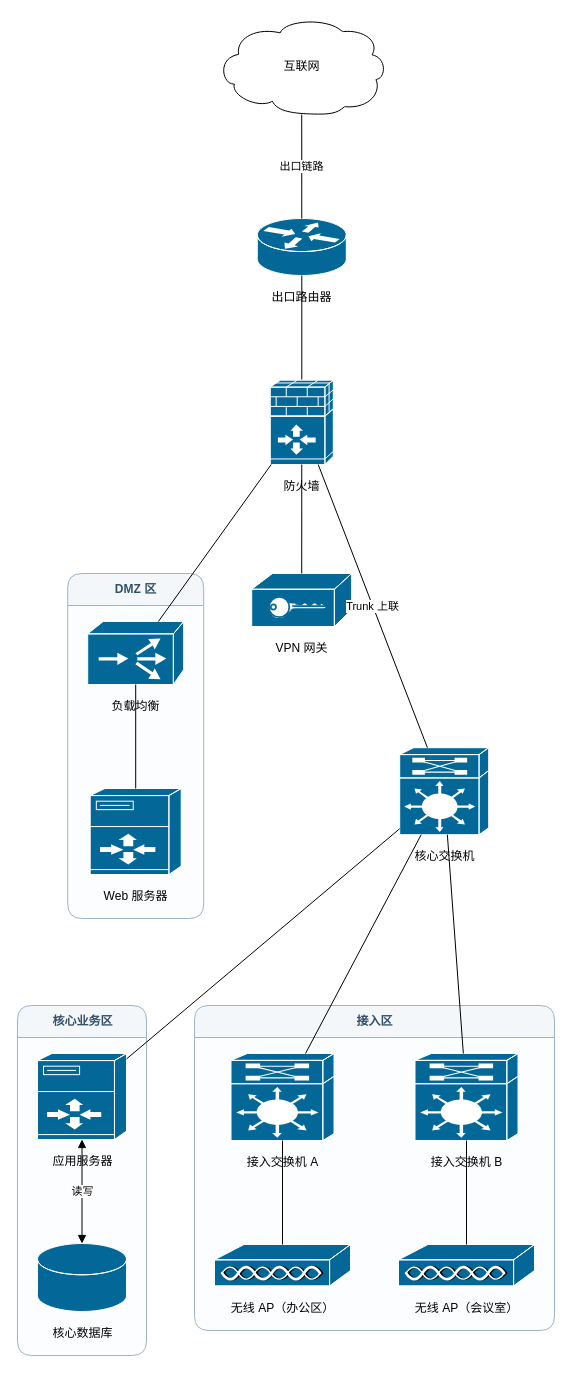
Before: out/enterprise_network.drawio in ttonghao-thao/Ai-Diagram, a draw.io diagram. Source tidied: cells renumbered, new cells numbered last; positions are measured from the earlier drawing's top-left corner, leaving out a move shared by most shapes. Both pictures are drawn from the tidied source at 100%, with x=0, y=0 at pixel (17, 17).
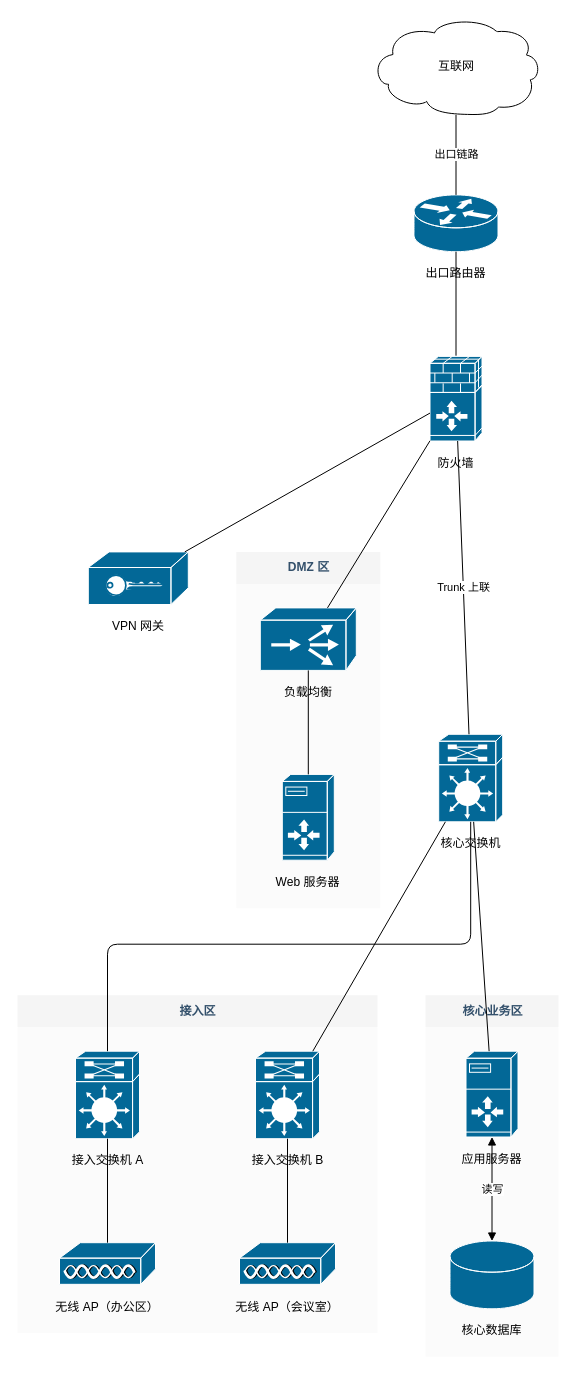
The same page after the edit.

Change to the diagram source:
```diff
@@
-    <mxCell id="2" value="DMZ 区" style="swimlane;html=1;startSize=32;horizontal=1;rounded=1;fillColor=#F4F7FA;strokeColor=#9DB4C8;fontColor=#33506B;swimlaneFillColor=#FBFDFE;" parent="1" vertex="1">
-      <mxGeometry x="50.2" y="556" width="136" height="345" as="geometry" />
+    <mxCell id="2" value="DMZ 区" style="swimlane;html=1;startSize=32;horizontal=1;rounded=1;fillColor=#F4F7FA;strokeColor=#9DB4C8;fontColor=#33506B;swimlaneFillColor=#FBFDFE;rounded=0;fillColor=#F5F5F5;strokeColor=none;swimlaneFillColor=#FBFBFB;" parent="1" vertex="1">
+      <mxGeometry x="218.8" y="534.4" width="144" height="356.3" as="geometry" />
     </mxCell>
-    <mxCell id="3" value="核心业务区" style="swimlane;html=1;startSize=32;horizontal=1;rounded=1;fillColor=#F4F7FA;strokeColor=#9DB4C8;fontColor=#33506B;swimlaneFillColor=#FBFDFE;" parent="1" vertex="1">
-      <mxGeometry y="988" width="129" height="350" as="geometry" />
+    <mxCell id="3" value="核心业务区" style="swimlane;html=1;startSize=32;horizontal=1;rounded=1;fillColor=#F4F7FA;strokeColor=#9DB4C8;fontColor=#33506B;swimlaneFillColor=#FBFDFE;rounded=0;fillColor=#F5F5F5;strokeColor=none;swimlaneFillColor=#FBFBFB;" parent="1" vertex="1">
+      <mxGeometry x="408" y="977.7" width="133" height="361.5" as="geometry" />
     </mxCell>
-    <mxCell id="4" value="接入区" style="swimlane;html=1;startSize=32;horizontal=1;rounded=1;fillColor=#F4F7FA;strokeColor=#9DB4C8;fontColor=#33506B;swimlaneFillColor=#FBFDFE;" parent="1" vertex="1">
-      <mxGeometry x="177" y="988" width="360" height="325" as="geometry" />
+    <mxCell id="4" value="接入区" style="swimlane;html=1;startSize=32;horizontal=1;rounded=1;fillColor=#F4F7FA;strokeColor=#9DB4C8;fontColor=#33506B;swimlaneFillColor=#FBFDFE;rounded=0;fillColor=#F5F5F5;strokeColor=none;swimlaneFillColor=#FBFBFB;" parent="1" vertex="1">
+      <mxGeometry y="977.7" width="360" height="337.8" as="geometry" />
     </mxCell>
-    <mxCell id="5" value="互联网" style="sketch=0;outlineConnect=0;html=1;fillColor=#FFFFFF;strokeColor=#000000;shape=mxgraph.cisco.storage.cloud;verticalAlign=middle;align=center;fontColor=#000000;aiKind=cloud;" parent="1" vertex="1">
-      <mxGeometry x="199.2" width="170" height="97" as="geometry" />
+    <mxCell id="5" value="互联网" style="sketch=0;outlineConnect=0;html=1;fillColor=#FFFFFF;strokeColor=#000000;shape=mxgraph.cisco.storage.cloud;verticalAlign=middle;align=center;fontColor=#000000;fontSize=12;fontColor=#000000;whiteSpace=wrap;aiKind=cloud;aiShapeId=cisco.storage.cloud;" parent="1" vertex="1">
+      <mxGeometry x="353.5" width="170" height="97.4" as="geometry" />
     </mxCell>
-    <mxCell id="6" value="出口路由器" style="sketch=0;outlineConnect=0;html=1;fillColor=#036897;strokeColor=#FFFFFF;shape=mxgraph.cisco.routers.router;verticalLabelPosition=bottom;verticalAlign=top;align=center;spacingTop=8;aiKind=router;" parent="1" vertex="1">
-      <mxGeometry x="239.8" y="201" width="89" height="57" as="geometry" />
+    <mxCell id="6" value="出口路由器" style="sketch=0;outlineConnect=0;html=1;fillColor=#036897;strokeColor=#FFFFFF;shape=mxgraph.cisco.routers.router;verticalLabelPosition=bottom;verticalAlign=top;align=center;spacingTop=8;fontSize=12;fontColor=#000000;whiteSpace=wrap;labelWidth=85;verticalLabelPosition=bottom;verticalAlign=top;align=center;aiKind=router;aiNetworkRole=edge_router;aiShapeId=cisco.routers.router;" parent="1" vertex="1">
+      <mxGeometry x="396.5" y="177.4" width="84" height="56.8" as="geometry" />
     </mxCell>
-    <mxCell id="7" value="防火墙" style="sketch=0;outlineConnect=0;html=1;fillColor=#036897;strokeColor=#FFFFFF;shape=mxgraph.cisco.security.ios_firewall;verticalLabelPosition=bottom;verticalAlign=top;align=center;spacingTop=8;aiKind=firewall;" parent="1" vertex="1">
-      <mxGeometry x="252.8" y="362" width="63" height="85" as="geometry" />
+    <mxCell id="7" value="防火墙" style="sketch=0;outlineConnect=0;html=1;fillColor=#036897;strokeColor=#FFFFFF;shape=mxgraph.cisco.security.ios_firewall;verticalLabelPosition=bottom;verticalAlign=top;align=center;spacingTop=8;fontSize=12;fontColor=#000000;whiteSpace=wrap;labelWidth=59;verticalLabelPosition=bottom;verticalAlign=top;align=center;aiKind=firewall;aiShapeId=cisco.security.ios_firewall;" parent="1" vertex="1">
+      <mxGeometry x="412.5" y="338.2" width="52" height="85.3" as="geometry" />
     </mxCell>
-    <mxCell id="8" value="VPN 网关" style="sketch=0;outlineConnect=0;html=1;fillColor=#036897;strokeColor=#FFFFFF;shape=mxgraph.cisco.hubs_and_gateways.vpn_gateway;verticalLabelPosition=bottom;verticalAlign=top;align=center;spacingTop=8;aiKind=generic;aiDeviceType=vpn_gateway;" parent="1" vertex="1">
-      <mxGeometry x="234.2" y="556" width="100" height="53" as="geometry" />
+    <mxCell id="8" value="VPN 网关" style="sketch=0;outlineConnect=0;html=1;fillColor=#036897;strokeColor=#FFFFFF;shape=mxgraph.cisco.hubs_and_gateways.vpn_gateway;verticalLabelPosition=bottom;verticalAlign=top;align=center;spacingTop=8;fontSize=12;fontColor=#000000;whiteSpace=wrap;labelWidth=100;verticalLabelPosition=bottom;verticalAlign=top;align=center;aiKind=generic;aiDeviceType=vpn_gateway;aiShapeId=cisco.hubs_and_gateways.vpn_gateway;" parent="1" vertex="1">
+      <mxGeometry x="70.8" y="534.4" width="100" height="52.6" as="geometry" />
     </mxCell>
-    <mxCell id="9" value="负载均衡" style="sketch=0;outlineConnect=0;html=1;fillColor=#036897;strokeColor=#FFFFFF;shape=mxgraph.cisco.directors.localdirector;verticalLabelPosition=bottom;verticalAlign=top;align=center;spacingTop=8;aiKind=generic;aiDeviceType=load_balancer;" parent="2" vertex="1">
-      <mxGeometry x="20" y="48" width="96" height="63" as="geometry" />
+    <mxCell id="9" value="负载均衡" style="sketch=0;outlineConnect=0;html=1;fillColor=#036897;strokeColor=#FFFFFF;shape=mxgraph.cisco.directors.localdirector;verticalLabelPosition=bottom;verticalAlign=top;align=center;spacingTop=8;fontSize=12;fontColor=#000000;whiteSpace=wrap;labelWidth=96;verticalLabelPosition=bottom;verticalAlign=top;align=center;aiKind=generic;aiDeviceType=load_balancer;aiShapeId=cisco.directors.localdirector;" parent="2" vertex="1">
+      <mxGeometry x="24" y="56" width="96" height="62.5" as="geometry" />
     </mxCell>
-    <mxCell id="10" value="Web 服务器" style="sketch=0;outlineConnect=0;html=1;fillColor=#036897;strokeColor=#FFFFFF;shape=mxgraph.cisco.servers.server_with_router;verticalLabelPosition=bottom;verticalAlign=top;align=center;spacingTop=8;aiKind=server;" parent="2" vertex="1">
-      <mxGeometry x="22.5" y="215" width="91" height="86" as="geometry" />
+    <mxCell id="10" value="Web 服务器" style="sketch=0;outlineConnect=0;html=1;fillColor=#036897;strokeColor=#FFFFFF;shape=mxgraph.cisco.servers.server_with_router;verticalLabelPosition=bottom;verticalAlign=top;align=center;spacingTop=8;fontSize=12;fontColor=#000000;whiteSpace=wrap;labelWidth=87;verticalLabelPosition=bottom;verticalAlign=top;align=center;aiKind=server;aiNetworkRole=endpoint;aiShapeId=cisco.servers.server_with_router;" parent="2" vertex="1">
+      <mxGeometry x="46" y="222.5" width="52" height="85.8" as="geometry" />
     </mxCell>
-    <mxCell id="11" value="核心交换机" style="sketch=0;outlineConnect=0;html=1;fillColor=#036897;strokeColor=#FFFFFF;shape=mxgraph.cisco.misc.route_switch_processor;verticalLabelPosition=bottom;verticalAlign=top;align=center;spacingTop=8;aiKind=switch;" parent="1" vertex="1">
-      <mxGeometry x="382.2" y="730.2" width="89" height="87" as="geometry" />
+    <mxCell id="11" value="核心交换机" style="sketch=0;outlineConnect=0;html=1;fillColor=#036897;strokeColor=#FFFFFF;shape=mxgraph.cisco.misc.route_switch_processor;verticalLabelPosition=bottom;verticalAlign=top;align=center;spacingTop=8;fontSize=12;fontColor=#000000;whiteSpace=wrap;labelWidth=85;verticalLabelPosition=bottom;verticalAlign=top;align=center;aiKind=switch;aiNetworkRole=core;aiShapeId=cisco.misc.route_switch_processor;" parent="1" vertex="1">
+      <mxGeometry x="421.2" y="716.8" width="64" height="87.5" as="geometry" />
     </mxCell>
-    <mxCell id="12" value="接入交换机 A" style="sketch=0;outlineConnect=0;html=1;fillColor=#036897;strokeColor=#FFFFFF;shape=mxgraph.cisco.misc.route_switch_processor;verticalLabelPosition=bottom;verticalAlign=top;align=center;spacingTop=8;aiKind=switch;" parent="4" vertex="1">
-      <mxGeometry x="36.5" y="48" width="103" height="87" as="geometry" />
+    <mxCell id="12" value="接入交换机 A" style="sketch=0;outlineConnect=0;html=1;fillColor=#036897;strokeColor=#FFFFFF;shape=mxgraph.cisco.misc.route_switch_processor;verticalLabelPosition=bottom;verticalAlign=top;align=center;spacingTop=8;fontSize=12;fontColor=#000000;whiteSpace=wrap;labelWidth=99;verticalLabelPosition=bottom;verticalAlign=top;align=center;aiKind=switch;aiShapeId=cisco.misc.route_switch_processor;" parent="4" vertex="1">
+      <mxGeometry x="58" y="56" width="64" height="87.5" as="geometry" />
     </mxCell>
-    <mxCell id="13" value="接入交换机 B" style="sketch=0;outlineConnect=0;html=1;fillColor=#036897;strokeColor=#FFFFFF;shape=mxgraph.cisco.misc.route_switch_processor;verticalLabelPosition=bottom;verticalAlign=top;align=center;spacingTop=8;aiKind=switch;" parent="4" vertex="1">
-      <mxGeometry x="220.5" y="48" width="103" height="87" as="geometry" />
+    <mxCell id="13" value="接入交换机 B" style="sketch=0;outlineConnect=0;html=1;fillColor=#036897;strokeColor=#FFFFFF;shape=mxgraph.cisco.misc.route_switch_processor;verticalLabelPosition=bottom;verticalAlign=top;align=center;spacingTop=8;fontSize=12;fontColor=#000000;whiteSpace=wrap;labelWidth=99;verticalLabelPosition=bottom;verticalAlign=top;align=center;aiKind=switch;aiShapeId=cisco.misc.route_switch_processor;" parent="4" vertex="1">
+      <mxGeometry x="238" y="56" width="64" height="87.5" as="geometry" />
     </mxCell>
-    <mxCell id="14" value="无线 AP（办公区）" style="sketch=0;outlineConnect=0;html=1;fillColor=#036897;strokeColor=#FFFFFF;shape=mxgraph.cisco.misc.access_point;verticalLabelPosition=bottom;verticalAlign=top;align=center;spacingTop=8;aiKind=generic;aiDeviceType=access_point;" parent="4" vertex="1">
-      <mxGeometry x="20" y="239" width="136" height="42" as="geometry" />
+    <mxCell id="14" value="无线 AP（办公区）" style="sketch=0;outlineConnect=0;html=1;fillColor=#036897;strokeColor=#FFFFFF;shape=mxgraph.cisco.misc.access_point;verticalLabelPosition=bottom;verticalAlign=top;align=center;spacingTop=8;fontSize=12;fontColor=#000000;whiteSpace=wrap;labelWidth=132;verticalLabelPosition=bottom;verticalAlign=top;align=center;aiKind=generic;aiDeviceType=access_point;aiNetworkRole=access;aiShapeId=cisco.misc.access_point;" parent="4" vertex="1">
+      <mxGeometry x="42" y="247.5" width="96" height="42.3" as="geometry" />
     </mxCell>
-    <mxCell id="15" value="无线 AP（会议室）" style="sketch=0;outlineConnect=0;html=1;fillColor=#036897;strokeColor=#FFFFFF;shape=mxgraph.cisco.misc.access_point;verticalLabelPosition=bottom;verticalAlign=top;align=center;spacingTop=8;aiKind=generic;aiDeviceType=access_point;" parent="4" vertex="1">
-      <mxGeometry x="204" y="239" width="136" height="42" as="geometry" />
+    <mxCell id="15" value="无线 AP（会议室）" style="sketch=0;outlineConnect=0;html=1;fillColor=#036897;strokeColor=#FFFFFF;shape=mxgraph.cisco.misc.access_point;verticalLabelPosition=bottom;verticalAlign=top;align=center;spacingTop=8;fontSize=12;fontColor=#000000;whiteSpace=wrap;labelWidth=132;verticalLabelPosition=bottom;verticalAlign=top;align=center;aiKind=generic;aiDeviceType=access_point;aiNetworkRole=access;aiShapeId=cisco.misc.access_point;" parent="4" vertex="1">
+      <mxGeometry x="222" y="247.5" width="96" height="42.3" as="geometry" />
     </mxCell>
-    <mxCell id="16" value="应用服务器" style="sketch=0;outlineConnect=0;html=1;fillColor=#036897;strokeColor=#FFFFFF;shape=mxgraph.cisco.servers.server_with_router;verticalLabelPosition=bottom;verticalAlign=top;align=center;spacingTop=8;aiKind=server;" parent="3" vertex="1">
-      <mxGeometry x="20" y="48" width="89" height="86" as="geometry" />
+    <mxCell id="16" value="应用服务器" style="sketch=0;outlineConnect=0;html=1;fillColor=#036897;strokeColor=#FFFFFF;shape=mxgraph.cisco.servers.server_with_router;verticalLabelPosition=bottom;verticalAlign=top;align=center;spacingTop=8;fontSize=12;fontColor=#000000;whiteSpace=wrap;labelWidth=85;verticalLabelPosition=bottom;verticalAlign=top;align=center;aiKind=server;aiNetworkRole=endpoint;aiShapeId=cisco.servers.server_with_router;" parent="3" vertex="1">
+      <mxGeometry x="40.5" y="56" width="52" height="85.8" as="geometry" />
     </mxCell>
-    <mxCell id="17" value="核心数据库" style="sketch=0;outlineConnect=0;html=1;fillColor=#036897;strokeColor=#FFFFFF;shape=mxgraph.cisco.storage.relational_database;verticalLabelPosition=bottom;verticalAlign=top;align=center;spacingTop=8;aiKind=database;" parent="3" vertex="1">
-      <mxGeometry x="20" y="238" width="89" height="68" as="geometry" />
+    <mxCell id="17" value="核心数据库" style="sketch=0;outlineConnect=0;html=1;fillColor=#036897;strokeColor=#FFFFFF;shape=mxgraph.cisco.storage.relational_database;verticalLabelPosition=bottom;verticalAlign=top;align=center;spacingTop=8;fontSize=12;fontColor=#000000;whiteSpace=wrap;labelWidth=85;verticalLabelPosition=bottom;verticalAlign=top;align=center;aiKind=database;aiNetworkRole=endpoint;aiShapeId=cisco.storage.relational_database;" parent="3" vertex="1">
+      <mxGeometry x="24.5" y="245.8" width="84" height="67.8" as="geometry" />
     </mxCell>
-    <mxCell id="18" value="出口链路" style="sketch=0;html=1;strokeColor=#000000;strokeWidth=1;labelBackgroundColor=#FFFFFF;startArrow=none;startFill=0;endArrow=none;endFill=0;aiKind=physical;aiDirection=undirected;" parent="1" edge="1" source="5" target="6">
+    <mxCell id="18" value="出口链路" style="sketch=0;html=1;strokeColor=#000000;strokeWidth=1;labelBackgroundColor=#FFFFFF;startArrow=none;startFill=0;endArrow=none;endFill=0;strokeColor=#000000;strokeWidth=1;labelBackgroundColor=#FFFFFF;aiKind=physical;aiDirection=undirected;" parent="1" edge="1" source="5" target="6">
       <mxGeometry relative="1" as="geometry" />
     </mxCell>
-    <mxCell id="19" style="sketch=0;html=1;strokeColor=#000000;strokeWidth=1;labelBackgroundColor=#FFFFFF;startArrow=none;startFill=0;endArrow=none;endFill=0;aiKind=physical;aiDirection=undirected;" parent="1" edge="1" source="6" target="7">
+    <mxCell id="19" style="sketch=0;html=1;strokeColor=#000000;strokeWidth=1;labelBackgroundColor=#FFFFFF;startArrow=none;startFill=0;endArrow=none;endFill=0;strokeColor=#000000;strokeWidth=1;labelBackgroundColor=#FFFFFF;aiKind=physical;aiDirection=undirected;" parent="1" edge="1" source="6" target="7">
       <mxGeometry relative="1" as="geometry" />
     </mxCell>
-    <mxCell id="20" value="Trunk 上联" style="sketch=0;html=1;strokeColor=#000000;strokeWidth=1;labelBackgroundColor=#FFFFFF;startArrow=none;startFill=0;endArrow=none;endFill=0;aiKind=physical;aiDirection=undirected;" parent="1" edge="1" source="7" target="11">
+    <mxCell id="20" value="Trunk 上联" style="sketch=0;html=1;strokeColor=#000000;strokeWidth=1;labelBackgroundColor=#FFFFFF;startArrow=none;startFill=0;endArrow=none;endFill=0;strokeColor=#000000;strokeWidth=1;labelBackgroundColor=#FFFFFF;aiKind=physical;aiDirection=undirected;" parent="1" edge="1" source="7" target="11">
       <mxGeometry relative="1" as="geometry" />
     </mxCell>
-    <mxCell id="21" style="sketch=0;html=1;strokeColor=#000000;strokeWidth=1;labelBackgroundColor=#FFFFFF;startArrow=none;startFill=0;endArrow=none;endFill=0;aiKind=physical;aiDirection=undirected;" parent="1" edge="1" source="7" target="8">
+    <mxCell id="21" style="sketch=0;html=1;strokeColor=#000000;strokeWidth=1;labelBackgroundColor=#FFFFFF;startArrow=none;startFill=0;endArrow=none;endFill=0;strokeColor=#000000;strokeWidth=1;labelBackgroundColor=#FFFFFF;aiKind=physical;aiDirection=undirected;" parent="1" edge="1" source="7" target="8">
       <mxGeometry relative="1" as="geometry" />
     </mxCell>
-    <mxCell id="22" style="sketch=0;html=1;strokeColor=#000000;strokeWidth=1;labelBackgroundColor=#FFFFFF;startArrow=none;startFill=0;endArrow=none;endFill=0;aiKind=physical;aiDirection=undirected;" parent="1" edge="1" source="7" target="9">
+    <mxCell id="22" style="sketch=0;html=1;strokeColor=#000000;strokeWidth=1;labelBackgroundColor=#FFFFFF;startArrow=none;startFill=0;endArrow=none;endFill=0;strokeColor=#000000;strokeWidth=1;labelBackgroundColor=#FFFFFF;aiKind=physical;aiDirection=undirected;" parent="1" edge="1" source="7" target="9">
       <mxGeometry relative="1" as="geometry" />
     </mxCell>
-    <mxCell id="23" style="sketch=0;html=1;strokeColor=#000000;strokeWidth=1;labelBackgroundColor=#FFFFFF;startArrow=none;startFill=0;endArrow=none;endFill=0;aiKind=physical;aiDirection=undirected;" parent="1" edge="1" source="9" target="10">
+    <mxCell id="23" style="sketch=0;html=1;strokeColor=#000000;strokeWidth=1;labelBackgroundColor=#FFFFFF;startArrow=none;startFill=0;endArrow=none;endFill=0;strokeColor=#000000;strokeWidth=1;labelBackgroundColor=#FFFFFF;aiKind=physical;aiDirection=undirected;" parent="1" edge="1" source="9" target="10">
       <mxGeometry relative="1" as="geometry" />
     </mxCell>
-    <mxCell id="24" style="sketch=0;html=1;strokeColor=#000000;strokeWidth=1;labelBackgroundColor=#FFFFFF;startArrow=none;startFill=0;endArrow=none;endFill=0;aiKind=physical;aiDirection=undirected;" parent="1" edge="1" source="11" target="12">
-      <mxGeometry relative="1" as="geometry" />
+    <mxCell id="24" style="edgeStyle=segmentEdgeStyle;exitX=0.5;exitY=1;entryX=0.5;entryY=0;sketch=0;html=1;strokeColor=#000000;strokeWidth=1;labelBackgroundColor=#FFFFFF;startArrow=none;startFill=0;endArrow=none;endFill=0;strokeColor=#000000;strokeWidth=1;labelBackgroundColor=#FFFFFF;aiKind=physical;aiDirection=undirected;" parent="1" edge="1" source="11" target="12">
+      <mxGeometry relative="1" as="geometry">
+        <Array as="points">
+          <mxPoint x="453.2" y="926.7" />
+          <mxPoint x="90" y="926.7" />
+        </Array>
+      </mxGeometry>
     </mxCell>
-    <mxCell id="25" style="sketch=0;html=1;strokeColor=#000000;strokeWidth=1;labelBackgroundColor=#FFFFFF;startArrow=none;startFill=0;endArrow=none;endFill=0;aiKind=physical;aiDirection=undirected;" parent="1" edge="1" source="11" target="13">
+    <mxCell id="25" style="sketch=0;html=1;strokeColor=#000000;strokeWidth=1;labelBackgroundColor=#FFFFFF;startArrow=none;startFill=0;endArrow=none;endFill=0;strokeColor=#000000;strokeWidth=1;labelBackgroundColor=#FFFFFF;aiKind=physical;aiDirection=undirected;" parent="1" edge="1" source="11" target="13">
       <mxGeometry relative="1" as="geometry" />
     </mxCell>
-    <mxCell id="26" style="sketch=0;html=1;strokeColor=#000000;strokeWidth=1;labelBackgroundColor=#FFFFFF;startArrow=none;startFill=0;endArrow=none;endFill=0;aiKind=physical;aiDirection=undirected;" parent="1" edge="1" source="12" target="14">
+    <mxCell id="26" style="sketch=0;html=1;strokeColor=#000000;strokeWidth=1;labelBackgroundColor=#FFFFFF;startArrow=none;startFill=0;endArrow=none;endFill=0;strokeColor=#000000;strokeWidth=1;labelBackgroundColor=#FFFFFF;aiKind=physical;aiDirection=undirected;" parent="1" edge="1" source="12" target="14">
       <mxGeometry relative="1" as="geometry" />
     </mxCell>
-    <mxCell id="27" style="sketch=0;html=1;strokeColor=#000000;strokeWidth=1;labelBackgroundColor=#FFFFFF;startArrow=none;startFill=0;endArrow=none;endFill=0;aiKind=physical;aiDirection=undirected;" parent="1" edge="1" source="13" target="15">
+    <mxCell id="27" style="sketch=0;html=1;strokeColor=#000000;strokeWidth=1;labelBackgroundColor=#FFFFFF;startArrow=none;startFill=0;endArrow=none;endFill=0;strokeColor=#000000;strokeWidth=1;labelBackgroundColor=#FFFFFF;aiKind=physical;aiDirection=undirected;" parent="1" edge="1" source="13" target="15">
       <mxGeometry relative="1" as="geometry" />
     </mxCell>
-    <mxCell id="28" style="sketch=0;html=1;strokeColor=#000000;strokeWidth=1;labelBackgroundColor=#FFFFFF;startArrow=none;startFill=0;endArrow=none;endFill=0;aiKind=physical;aiDirection=undirected;" parent="1" edge="1" source="11" target="16">
+    <mxCell id="28" style="sketch=0;html=1;strokeColor=#000000;strokeWidth=1;labelBackgroundColor=#FFFFFF;startArrow=none;startFill=0;endArrow=none;endFill=0;strokeColor=#000000;strokeWidth=1;labelBackgroundColor=#FFFFFF;aiKind=physical;aiDirection=undirected;" parent="1" edge="1" source="11" target="16">
       <mxGeometry relative="1" as="geometry" />
     </mxCell>
-    <mxCell id="29" value="读写" style="sketch=0;html=1;strokeColor=#000000;strokeWidth=1;labelBackgroundColor=#FFFFFF;startArrow=block;startFill=1;endArrow=block;endFill=1;aiKind=dataflow;aiDirection=bidirectional;" parent="1" edge="1" source="16" target="17">
+    <mxCell id="29" value="读写" style="sketch=0;html=1;strokeColor=#000000;strokeWidth=1;labelBackgroundColor=#FFFFFF;startArrow=block;startFill=1;endArrow=block;endFill=1;strokeColor=#000000;strokeWidth=1;labelBackgroundColor=#FFFFFF;aiKind=dataflow;aiDirection=bidirectional;" parent="1" edge="1" source="16" target="17">
       <mxGeometry relative="1" as="geometry" />
     </mxCell>
```
